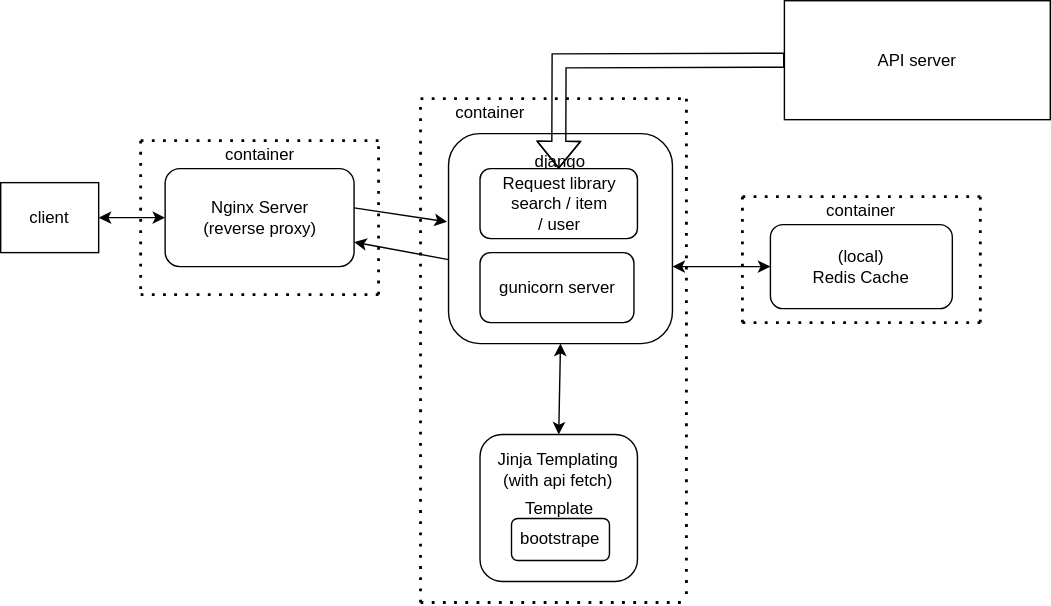
This is Diagram.svg from Pratcode/hnclient, a draw.io export, as it was before one commit. Source tidied: cells renumbered, new cells last; positions are measured from the earlier drawing's top-left corner, leaving out a move shared by most shapes. Its diagram source:
```xml
<mxGraphModel>
  <root>
    <mxCell id="0" />
    <mxCell id="1" parent="0" />
    <mxCell id="2" value="&lt;div style=&quot;line-height: 910%;&quot;&gt;django&lt;br&gt;&lt;/div&gt;&lt;div style=&quot;line-height: 910%;&quot;&gt;&lt;br&gt;&lt;/div&gt;" style="rounded=1;whiteSpace=wrap;html=1;direction=east;" parent="1" vertex="1">
      <mxGeometry x="320" y="95" width="160" height="150" as="geometry" />
    </mxCell>
    <mxCell id="3" value="&lt;div&gt;Nginx Server &lt;br&gt;&lt;/div&gt;&lt;div&gt;(reverse proxy)&lt;/div&gt;" style="rounded=1;whiteSpace=wrap;html=1;" parent="1" vertex="1">
      <mxGeometry x="117.5" y="120" width="135" height="70" as="geometry" />
    </mxCell>
    <mxCell id="4" value="&lt;div&gt;(local)&lt;/div&gt;&lt;div&gt;Redis Cache&lt;/div&gt;" style="rounded=1;whiteSpace=wrap;html=1;" parent="1" vertex="1">
      <mxGeometry x="550" y="160" width="130" height="60" as="geometry" />
    </mxCell>
    <mxCell id="5" style="endArrow=classic;startArrow=classic;html=1;rounded=0;entryX=0;entryY=0.5;entryDx=0;entryDy=0;" parent="1" edge="1" target="4">
      <mxGeometry relative="1" as="geometry">
        <mxPoint x="480" y="190" as="sourcePoint" />
      </mxGeometry>
    </mxCell>
    <mxCell id="6" style="shape=flexArrow;endArrow=classic;html=1;rounded=0;entryX=0.5;entryY=0;entryDx=0;entryDy=0;exitX=0;exitY=0.5;exitDx=0;exitDy=0;" parent="1" edge="1" source="30" target="12">
      <mxGeometry relative="1" as="geometry">
        <Array as="points">
          <mxPoint x="399" y="43" />
        </Array>
      </mxGeometry>
    </mxCell>
    <mxCell id="7" style="endArrow=classic;html=1;rounded=0;exitX=1;exitY=0.4;exitDx=0;exitDy=0;exitPerimeter=0;entryX=-0.007;entryY=0.42;entryDx=0;entryDy=0;entryPerimeter=0;" parent="1" edge="1" source="3" target="2">
      <mxGeometry relative="1" as="geometry" />
    </mxCell>
    <mxCell id="8" value="client " style="rounded=0;whiteSpace=wrap;html=1;" parent="1" vertex="1">
      <mxGeometry y="130" width="70" height="50" as="geometry" />
    </mxCell>
    <mxCell id="9" style="endArrow=classic;startArrow=classic;html=1;rounded=0;exitX=1;exitY=0.5;exitDx=0;exitDy=0;entryX=0;entryY=0.5;entryDx=0;entryDy=0;" parent="1" edge="1" source="8" target="3">
      <mxGeometry relative="1" as="geometry" />
    </mxCell>
    <mxCell id="10" style="endArrow=classic;html=1;rounded=0;exitX=0;exitY=0.6;exitDx=0;exitDy=0;exitPerimeter=0;entryX=1;entryY=0.75;entryDx=0;entryDy=0;" parent="1" edge="1" source="2" target="3">
      <mxGeometry relative="1" as="geometry" />
    </mxCell>
    <mxCell id="11" value="gunicorn server" style="rounded=1;whiteSpace=wrap;html=1;" parent="1" vertex="1">
      <mxGeometry x="342.5" y="180" width="110" height="50" as="geometry" />
    </mxCell>
    <mxCell id="12" value="&lt;div&gt;Request library&lt;/div&gt;&lt;div&gt;search / item&lt;/div&gt;&lt;div&gt;/ user&lt;br&gt;&lt;/div&gt;" style="rounded=1;whiteSpace=wrap;html=1;" parent="1" vertex="1">
      <mxGeometry x="342.5" y="120" width="112.5" height="50" as="geometry" />
    </mxCell>
    <mxCell id="13" value="&lt;p style=&quot;line-height: 130%;&quot;&gt;Template&lt;/p&gt;" style="rounded=1;whiteSpace=wrap;html=1;" parent="1" vertex="1">
      <mxGeometry x="342.5" y="310" width="112.5" height="105" as="geometry" />
    </mxCell>
    <mxCell id="14" value="bootstrape" style="rounded=1;whiteSpace=wrap;html=1;" parent="1" vertex="1">
      <mxGeometry x="365" y="370" width="70" height="30" as="geometry" />
    </mxCell>
    <mxCell id="15" style="endArrow=classic;startArrow=classic;html=1;rounded=0;exitX=0.5;exitY=0;exitDx=0;exitDy=0;entryX=0.5;entryY=1;entryDx=0;entryDy=0;" parent="1" edge="1" source="13" target="2">
      <mxGeometry relative="1" as="geometry" />
    </mxCell>
    <mxCell id="16" value="&lt;div&gt;Jinja Templating&lt;/div&gt;&lt;div&gt;(with api fetch)&lt;br&gt;&lt;/div&gt;" style="text;html=1;strokeColor=none;fillColor=none;align=center;verticalAlign=middle;whiteSpace=wrap;rounded=0;" parent="1" vertex="1">
      <mxGeometry x="346.2" y="310" width="105" height="50" as="geometry" />
    </mxCell>
    <mxCell id="17" style="endArrow=none;dashed=1;html=1;dashPattern=1 3;strokeWidth=2;rounded=0;" parent="1" edge="1">
      <mxGeometry relative="1" as="geometry">
        <mxPoint x="270" y="210" as="sourcePoint" />
        <mxPoint x="270" y="100" as="targetPoint" />
      </mxGeometry>
    </mxCell>
    <mxCell id="18" style="endArrow=none;dashed=1;html=1;dashPattern=1 3;strokeWidth=2;rounded=0;" parent="1" edge="1">
      <mxGeometry relative="1" as="geometry">
        <mxPoint x="100" y="100" as="sourcePoint" />
        <mxPoint x="270" y="100" as="targetPoint" />
      </mxGeometry>
    </mxCell>
    <mxCell id="19" style="endArrow=none;dashed=1;html=1;dashPattern=1 3;strokeWidth=2;rounded=0;" parent="1" edge="1">
      <mxGeometry relative="1" as="geometry">
        <mxPoint x="100" y="100" as="sourcePoint" />
        <mxPoint x="100" y="210" as="targetPoint" />
      </mxGeometry>
    </mxCell>
    <mxCell id="20" style="endArrow=none;dashed=1;html=1;dashPattern=1 3;strokeWidth=2;rounded=0;" parent="1" edge="1">
      <mxGeometry relative="1" as="geometry">
        <mxPoint x="100" y="210" as="sourcePoint" />
        <mxPoint x="270" y="210" as="targetPoint" />
      </mxGeometry>
    </mxCell>
    <mxCell id="21" value="container" style="text;html=1;align=center;verticalAlign=middle;strokeColor=none;fillColor=none;" parent="1" vertex="1">
      <mxGeometry x="150" y="95" width="70" height="30" as="geometry" />
    </mxCell>
    <mxCell id="22" style="endArrow=none;dashed=1;html=1;dashPattern=1 3;strokeWidth=2;rounded=0;" parent="1" edge="1">
      <mxGeometry relative="1" as="geometry">
        <mxPoint x="300" y="430" as="sourcePoint" />
        <mxPoint x="300" y="70" as="targetPoint" />
      </mxGeometry>
    </mxCell>
    <mxCell id="23" style="endArrow=none;dashed=1;html=1;dashPattern=1 3;strokeWidth=2;rounded=0;" parent="1" edge="1">
      <mxGeometry relative="1" as="geometry">
        <mxPoint x="490" y="70" as="sourcePoint" />
        <mxPoint x="490" y="430" as="targetPoint" />
      </mxGeometry>
    </mxCell>
    <mxCell id="24" style="endArrow=none;dashed=1;html=1;dashPattern=1 3;strokeWidth=2;rounded=0;" parent="1" edge="1">
      <mxGeometry relative="1" as="geometry">
        <mxPoint x="300" y="70" as="sourcePoint" />
        <mxPoint x="490" y="70" as="targetPoint" />
      </mxGeometry>
    </mxCell>
    <mxCell id="25" style="endArrow=none;dashed=1;html=1;dashPattern=1 3;strokeWidth=2;rounded=0;" parent="1" edge="1">
      <mxGeometry relative="1" as="geometry">
        <mxPoint x="300" y="430" as="sourcePoint" />
        <mxPoint x="490" y="430" as="targetPoint" />
      </mxGeometry>
    </mxCell>
    <mxCell id="26" style="endArrow=none;dashed=1;html=1;dashPattern=1 3;strokeWidth=2;rounded=0;" parent="1" edge="1">
      <mxGeometry relative="1" as="geometry">
        <mxPoint x="530" y="230" as="sourcePoint" />
        <mxPoint x="530" y="140" as="targetPoint" />
      </mxGeometry>
    </mxCell>
    <mxCell id="27" style="endArrow=none;dashed=1;html=1;dashPattern=1 3;strokeWidth=2;rounded=0;" parent="1" edge="1">
      <mxGeometry relative="1" as="geometry">
        <mxPoint x="530" y="140" as="sourcePoint" />
        <mxPoint x="700" y="140" as="targetPoint" />
      </mxGeometry>
    </mxCell>
    <mxCell id="28" style="endArrow=none;dashed=1;html=1;dashPattern=1 3;strokeWidth=2;rounded=0;" parent="1" edge="1">
      <mxGeometry relative="1" as="geometry">
        <mxPoint x="700" y="230" as="sourcePoint" />
        <mxPoint x="700" y="140" as="targetPoint" />
      </mxGeometry>
    </mxCell>
    <mxCell id="29" style="endArrow=none;dashed=1;html=1;dashPattern=1 3;strokeWidth=2;rounded=0;" parent="1" edge="1">
      <mxGeometry relative="1" as="geometry">
        <mxPoint x="530" y="230" as="sourcePoint" />
        <mxPoint x="700" y="230" as="targetPoint" />
      </mxGeometry>
    </mxCell>
    <mxCell id="30" value="API server" style="rounded=0;whiteSpace=wrap;html=1;" parent="1" vertex="1">
      <mxGeometry x="560" width="190" height="85" as="geometry" />
    </mxCell>
    <mxCell id="31" value="&lt;div&gt;container&lt;/div&gt;" style="text;html=1;strokeColor=none;fillColor=none;align=center;verticalAlign=middle;whiteSpace=wrap;rounded=0;" parent="1" vertex="1">
      <mxGeometry x="560" y="140" width="110" height="20" as="geometry" />
    </mxCell>
    <mxCell id="32" value="&lt;div&gt;container&lt;/div&gt;" style="text;html=1;strokeColor=none;fillColor=none;align=center;verticalAlign=middle;whiteSpace=wrap;rounded=0;" parent="1" vertex="1">
      <mxGeometry x="295" y="70" width="110" height="20" as="geometry" />
    </mxCell>
    <mxCell id="33" style="edgeStyle=orthogonalEdgeStyle;rounded=0;orthogonalLoop=1;jettySize=auto;html=1;exitX=0.5;exitY=1;exitDx=0;exitDy=0;" parent="1" edge="1" source="16" target="16">
      <mxGeometry relative="1" as="geometry" />
    </mxCell>
  </root>
</mxGraphModel>
```
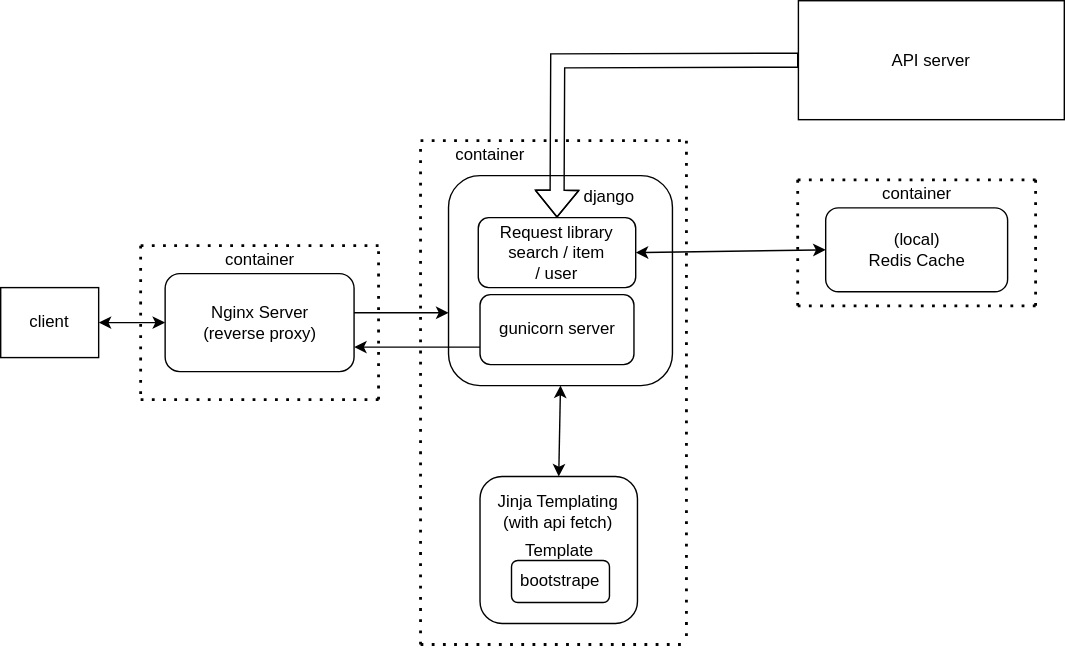
After the change.

Change to the diagram source:
```diff
@@ -2,44 +2,44 @@
   <root>
     <mxCell id="0" />
     <mxCell id="1" parent="0" />
-    <mxCell id="2" value="&lt;div style=&quot;line-height: 910%;&quot;&gt;django&lt;br&gt;&lt;/div&gt;&lt;div style=&quot;line-height: 910%;&quot;&gt;&lt;br&gt;&lt;/div&gt;" style="rounded=1;whiteSpace=wrap;html=1;direction=east;" parent="1" vertex="1">
+    <mxCell id="2" style="rounded=1;whiteSpace=wrap;html=1;direction=east;" parent="1" vertex="1">
       <mxGeometry x="320" y="95" width="160" height="150" as="geometry" />
     </mxCell>
     <mxCell id="3" value="&lt;div&gt;Nginx Server &lt;br&gt;&lt;/div&gt;&lt;div&gt;(reverse proxy)&lt;/div&gt;" style="rounded=1;whiteSpace=wrap;html=1;" parent="1" vertex="1">
-      <mxGeometry x="117.5" y="120" width="135" height="70" as="geometry" />
+      <mxGeometry x="117.5" y="165" width="135" height="70" as="geometry" />
     </mxCell>
     <mxCell id="4" value="&lt;div&gt;(local)&lt;/div&gt;&lt;div&gt;Redis Cache&lt;/div&gt;" style="rounded=1;whiteSpace=wrap;html=1;" parent="1" vertex="1">
-      <mxGeometry x="550" y="160" width="130" height="60" as="geometry" />
+      <mxGeometry x="589.5" y="118" width="130" height="60" as="geometry" />
     </mxCell>
-    <mxCell id="5" style="endArrow=classic;startArrow=classic;html=1;rounded=0;entryX=0;entryY=0.5;entryDx=0;entryDy=0;" parent="1" edge="1" target="4">
-      <mxGeometry relative="1" as="geometry">
-        <mxPoint x="480" y="190" as="sourcePoint" />
-      </mxGeometry>
+    <mxCell id="5" style="endArrow=classic;startArrow=classic;html=1;rounded=0;entryX=0;entryY=0.5;entryDx=0;entryDy=0;exitX=1;exitY=0.5;exitDx=0;exitDy=0;" parent="1" edge="1" source="12" target="4">
+      <mxGeometry relative="1" as="geometry" />
     </mxCell>
     <mxCell id="6" style="shape=flexArrow;endArrow=classic;html=1;rounded=0;entryX=0.5;entryY=0;entryDx=0;entryDy=0;exitX=0;exitY=0.5;exitDx=0;exitDy=0;" parent="1" edge="1" source="30" target="12">
       <mxGeometry relative="1" as="geometry">
         <Array as="points">
-          <mxPoint x="399" y="43" />
+          <mxPoint x="398" y="13" />
         </Array>
       </mxGeometry>
     </mxCell>
-    <mxCell id="7" style="endArrow=classic;html=1;rounded=0;exitX=1;exitY=0.4;exitDx=0;exitDy=0;exitPerimeter=0;entryX=-0.007;entryY=0.42;entryDx=0;entryDy=0;entryPerimeter=0;" parent="1" edge="1" source="3" target="2">
-      <mxGeometry relative="1" as="geometry" />
+    <mxCell id="7" style="endArrow=classic;html=1;rounded=0;exitX=1;exitY=0.4;exitDx=0;exitDy=0;exitPerimeter=0;" parent="1" edge="1" source="3">
+      <mxGeometry relative="1" as="geometry">
+        <mxPoint x="320" y="193" as="targetPoint" />
+      </mxGeometry>
     </mxCell>
     <mxCell id="8" value="client " style="rounded=0;whiteSpace=wrap;html=1;" parent="1" vertex="1">
-      <mxGeometry y="130" width="70" height="50" as="geometry" />
+      <mxGeometry y="175" width="70" height="50" as="geometry" />
     </mxCell>
     <mxCell id="9" style="endArrow=classic;startArrow=classic;html=1;rounded=0;exitX=1;exitY=0.5;exitDx=0;exitDy=0;entryX=0;entryY=0.5;entryDx=0;entryDy=0;" parent="1" edge="1" source="8" target="3">
       <mxGeometry relative="1" as="geometry" />
     </mxCell>
-    <mxCell id="10" style="endArrow=classic;html=1;rounded=0;exitX=0;exitY=0.6;exitDx=0;exitDy=0;exitPerimeter=0;entryX=1;entryY=0.75;entryDx=0;entryDy=0;" parent="1" edge="1" source="2" target="3">
+    <mxCell id="10" style="endArrow=classic;html=1;rounded=0;entryX=1;entryY=0.75;entryDx=0;entryDy=0;exitX=0;exitY=0.75;exitDx=0;exitDy=0;" parent="1" edge="1" source="11" target="3">
       <mxGeometry relative="1" as="geometry" />
     </mxCell>
     <mxCell id="11" value="gunicorn server" style="rounded=1;whiteSpace=wrap;html=1;" parent="1" vertex="1">
       <mxGeometry x="342.5" y="180" width="110" height="50" as="geometry" />
     </mxCell>
     <mxCell id="12" value="&lt;div&gt;Request library&lt;/div&gt;&lt;div&gt;search / item&lt;/div&gt;&lt;div&gt;/ user&lt;br&gt;&lt;/div&gt;" style="rounded=1;whiteSpace=wrap;html=1;" parent="1" vertex="1">
-      <mxGeometry x="342.5" y="120" width="112.5" height="50" as="geometry" />
+      <mxGeometry x="341.2" y="125" width="112.5" height="50" as="geometry" />
     </mxCell>
     <mxCell id="13" value="&lt;p style=&quot;line-height: 130%;&quot;&gt;Template&lt;/p&gt;" style="rounded=1;whiteSpace=wrap;html=1;" parent="1" vertex="1">
       <mxGeometry x="342.5" y="310" width="112.5" height="105" as="geometry" />
@@ -55,30 +55,30 @@
     </mxCell>
     <mxCell id="17" style="endArrow=none;dashed=1;html=1;dashPattern=1 3;strokeWidth=2;rounded=0;" parent="1" edge="1">
       <mxGeometry relative="1" as="geometry">
-        <mxPoint x="270" y="210" as="sourcePoint" />
-        <mxPoint x="270" y="100" as="targetPoint" />
+        <mxPoint x="270" y="255" as="sourcePoint" />
+        <mxPoint x="270" y="145" as="targetPoint" />
       </mxGeometry>
     </mxCell>
     <mxCell id="18" style="endArrow=none;dashed=1;html=1;dashPattern=1 3;strokeWidth=2;rounded=0;" parent="1" edge="1">
       <mxGeometry relative="1" as="geometry">
-        <mxPoint x="100" y="100" as="sourcePoint" />
-        <mxPoint x="270" y="100" as="targetPoint" />
+        <mxPoint x="100" y="145" as="sourcePoint" />
+        <mxPoint x="270" y="145" as="targetPoint" />
       </mxGeometry>
     </mxCell>
     <mxCell id="19" style="endArrow=none;dashed=1;html=1;dashPattern=1 3;strokeWidth=2;rounded=0;" parent="1" edge="1">
       <mxGeometry relative="1" as="geometry">
-        <mxPoint x="100" y="100" as="sourcePoint" />
-        <mxPoint x="100" y="210" as="targetPoint" />
+        <mxPoint x="100" y="145" as="sourcePoint" />
+        <mxPoint x="100" y="255" as="targetPoint" />
       </mxGeometry>
     </mxCell>
     <mxCell id="20" style="endArrow=none;dashed=1;html=1;dashPattern=1 3;strokeWidth=2;rounded=0;" parent="1" edge="1">
       <mxGeometry relative="1" as="geometry">
-        <mxPoint x="100" y="210" as="sourcePoint" />
-        <mxPoint x="270" y="210" as="targetPoint" />
+        <mxPoint x="100" y="255" as="sourcePoint" />
+        <mxPoint x="270" y="255" as="targetPoint" />
       </mxGeometry>
     </mxCell>
     <mxCell id="21" value="container" style="text;html=1;align=center;verticalAlign=middle;strokeColor=none;fillColor=none;" parent="1" vertex="1">
-      <mxGeometry x="150" y="95" width="70" height="30" as="geometry" />
+      <mxGeometry x="150" y="140" width="70" height="30" as="geometry" />
     </mxCell>
     <mxCell id="22" style="endArrow=none;dashed=1;html=1;dashPattern=1 3;strokeWidth=2;rounded=0;" parent="1" edge="1">
       <mxGeometry relative="1" as="geometry">
@@ -106,33 +106,33 @@
     </mxCell>
     <mxCell id="26" style="endArrow=none;dashed=1;html=1;dashPattern=1 3;strokeWidth=2;rounded=0;" parent="1" edge="1">
       <mxGeometry relative="1" as="geometry">
-        <mxPoint x="530" y="230" as="sourcePoint" />
-        <mxPoint x="530" y="140" as="targetPoint" />
+        <mxPoint x="569.5" y="188" as="sourcePoint" />
+        <mxPoint x="569.5" y="98" as="targetPoint" />
       </mxGeometry>
     </mxCell>
     <mxCell id="27" style="endArrow=none;dashed=1;html=1;dashPattern=1 3;strokeWidth=2;rounded=0;" parent="1" edge="1">
       <mxGeometry relative="1" as="geometry">
-        <mxPoint x="530" y="140" as="sourcePoint" />
-        <mxPoint x="700" y="140" as="targetPoint" />
+        <mxPoint x="569.5" y="98" as="sourcePoint" />
+        <mxPoint x="739.5" y="98" as="targetPoint" />
       </mxGeometry>
     </mxCell>
     <mxCell id="28" style="endArrow=none;dashed=1;html=1;dashPattern=1 3;strokeWidth=2;rounded=0;" parent="1" edge="1">
       <mxGeometry relative="1" as="geometry">
-        <mxPoint x="700" y="230" as="sourcePoint" />
-        <mxPoint x="700" y="140" as="targetPoint" />
+        <mxPoint x="739.5" y="188" as="sourcePoint" />
+        <mxPoint x="739.5" y="98" as="targetPoint" />
       </mxGeometry>
     </mxCell>
     <mxCell id="29" style="endArrow=none;dashed=1;html=1;dashPattern=1 3;strokeWidth=2;rounded=0;" parent="1" edge="1">
       <mxGeometry relative="1" as="geometry">
-        <mxPoint x="530" y="230" as="sourcePoint" />
-        <mxPoint x="700" y="230" as="targetPoint" />
+        <mxPoint x="569.5" y="188" as="sourcePoint" />
+        <mxPoint x="739.5" y="188" as="targetPoint" />
       </mxGeometry>
     </mxCell>
     <mxCell id="30" value="API server" style="rounded=0;whiteSpace=wrap;html=1;" parent="1" vertex="1">
-      <mxGeometry x="560" width="190" height="85" as="geometry" />
+      <mxGeometry x="570" y="-30" width="190" height="85" as="geometry" />
     </mxCell>
     <mxCell id="31" value="&lt;div&gt;container&lt;/div&gt;" style="text;html=1;strokeColor=none;fillColor=none;align=center;verticalAlign=middle;whiteSpace=wrap;rounded=0;" parent="1" vertex="1">
-      <mxGeometry x="560" y="140" width="110" height="20" as="geometry" />
+      <mxGeometry x="599.5" y="98" width="110" height="20" as="geometry" />
     </mxCell>
     <mxCell id="32" value="&lt;div&gt;container&lt;/div&gt;" style="text;html=1;strokeColor=none;fillColor=none;align=center;verticalAlign=middle;whiteSpace=wrap;rounded=0;" parent="1" vertex="1">
       <mxGeometry x="295" y="70" width="110" height="20" as="geometry" />
@@ -140,5 +140,8 @@
     <mxCell id="33" style="edgeStyle=orthogonalEdgeStyle;rounded=0;orthogonalLoop=1;jettySize=auto;html=1;exitX=0.5;exitY=1;exitDx=0;exitDy=0;" parent="1" edge="1" source="16" target="16">
       <mxGeometry relative="1" as="geometry" />
     </mxCell>
+    <mxCell id="34" value="django" style="text;html=1;strokeColor=none;fillColor=none;align=center;verticalAlign=middle;whiteSpace=wrap;rounded=0;" parent="1" vertex="1">
+      <mxGeometry x="405" y="95" width="60" height="30" as="geometry" />
+    </mxCell>
   </root>
 </mxGraphModel>
```
